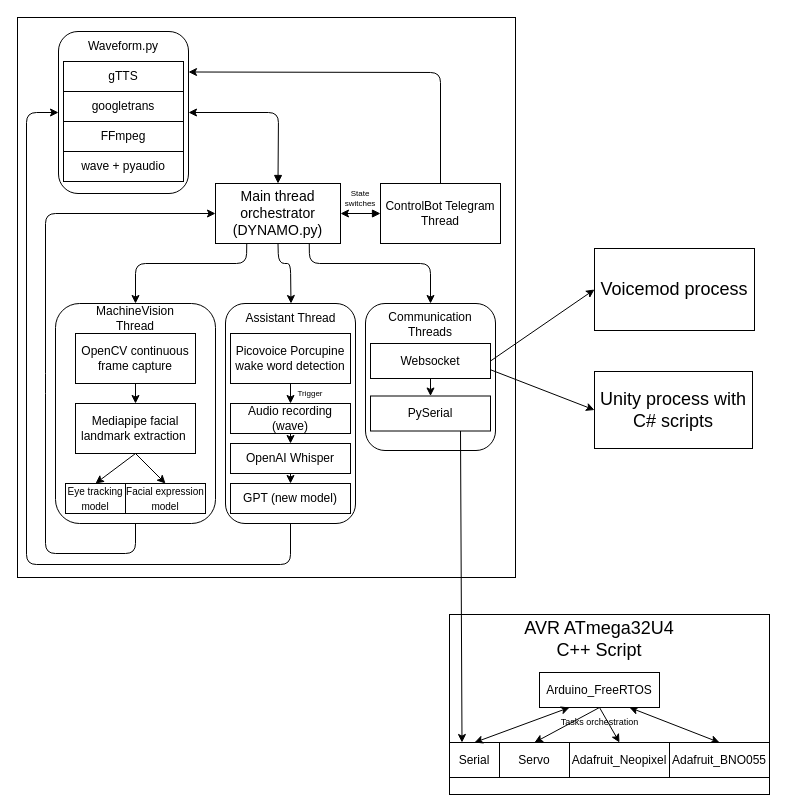
The draw.io diagram Planning/Software.drawio in MekhyW/DYNAMO-Electronic_Fursuit-2.0, before the edit. Source tidied: cells renumbered, new cells numbered last; positions are measured from the earlier drawing's top-left corner, leaving out a move shared by most shapes. Both pictures are drawn from the tidied source at 100%, with x=0, y=0 at pixel (17, 17).
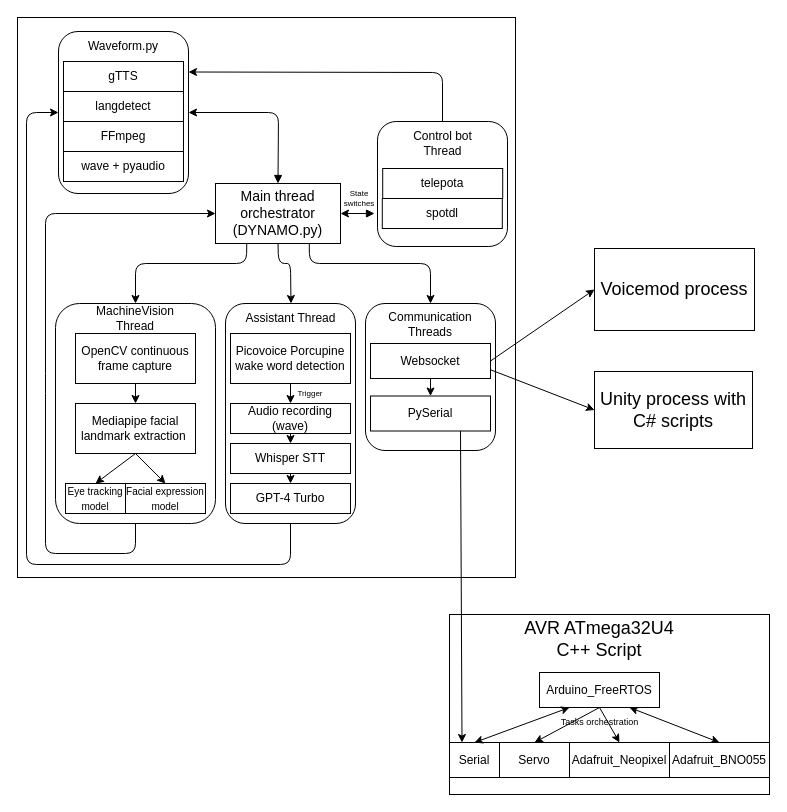
The same diagram, later.

The change refers to these unchanged cells:
```xml
<mxCell id="7" value="&lt;font style=&quot;font-size: 14px;&quot;&gt;Main thread orchestrator (DYNAMO.py)&lt;/font&gt;" style="rounded=0;whiteSpace=wrap;html=1;" parent="1" vertex="1">
  <mxGeometry x="198" y="166" width="125" height="60" as="geometry" />
</mxCell>
<mxCell id="55" style="rounded=1;whiteSpace=wrap;html=1;fontSize=12;" parent="1" vertex="1">
  <mxGeometry x="41" y="14" width="130" height="162" as="geometry" />
</mxCell>
```

What changed in the source:
```diff
@@
-    <mxCell id="8" style="edgeStyle=none;html=1;exitX=0;exitY=0.5;exitDx=0;exitDy=0;startArrow=block;startFill=1;" parent="1" edge="1" source="10" target="7">
+    <mxCell id="8" style="edgeStyle=none;html=1;exitX=0.75;exitY=1;exitDx=0;exitDy=0;startArrow=block;startFill=1;" parent="1" edge="1" source="11" target="7">
       <mxGeometry relative="1" as="geometry" />
     </mxCell>
-    <mxCell id="9" style="edgeStyle=none;html=1;exitX=0.5;exitY=0;exitDx=0;exitDy=0;entryX=1;entryY=0.25;entryDx=0;entryDy=0;" parent="1" edge="1" source="10" target="55">
+    <mxCell id="9" style="edgeStyle=none;html=1;exitX=0.5;exitY=0;exitDx=0;exitDy=0;entryX=1;entryY=0.25;entryDx=0;entryDy=0;" parent="1" edge="1" source="61" target="55">
       <mxGeometry relative="1" as="geometry">
         <Array as="points">
-          <mxPoint x="423" y="55" />
+          <mxPoint x="425" y="55" />
         </Array>
       </mxGeometry>
     </mxCell>
-    <mxCell id="10" value="ControlBot Telegram Thread" style="rounded=0;whiteSpace=wrap;html=1;" parent="1" vertex="1">
-      <mxGeometry x="363" y="166" width="120" height="60" as="geometry" />
-    </mxCell>
     <mxCell id="11" value="&lt;font style=&quot;font-size: 8px;&quot;&gt;State &lt;br&gt;switches&lt;/font&gt;" style="text;html=1;strokeColor=none;fillColor=none;align=center;verticalAlign=middle;whiteSpace=wrap;rounded=0;fontSize=4;" parent="1" vertex="1">
-      <mxGeometry x="313" y="166" width="60" height="30" as="geometry" />
+      <mxGeometry x="312" y="166" width="60" height="30" as="geometry" />
     </mxCell>
@@
-    <mxCell id="31" value="OpenAI Whisper" style="rounded=0;whiteSpace=wrap;html=1;fontSize=12;" parent="1" vertex="1">
+    <mxCell id="31" value="Whisper STT" style="rounded=0;whiteSpace=wrap;html=1;fontSize=12;" parent="1" vertex="1">
       <mxGeometry x="213" y="426" width="120" height="30" as="geometry" />
     </mxCell>
-    <mxCell id="32" value="GPT (new model)" style="rounded=0;whiteSpace=wrap;html=1;fontSize=12;" parent="1" vertex="1">
+    <mxCell id="32" value="GPT-4 Turbo" style="rounded=0;whiteSpace=wrap;html=1;fontSize=12;" parent="1" vertex="1">
       <mxGeometry x="213" y="466" width="120" height="30" as="geometry" />
     </mxCell>
@@
-    <mxCell id="58" value="googletrans" style="rounded=0;whiteSpace=wrap;html=1;fontSize=12;" parent="1" vertex="1">
+    <mxCell id="58" value="langdetect" style="rounded=0;whiteSpace=wrap;html=1;fontSize=12;" parent="1" vertex="1">
       <mxGeometry x="46" y="74" width="120" height="30" as="geometry" />
     </mxCell>
@@
+    <mxCell id="61" style="rounded=1;whiteSpace=wrap;html=1;fontSize=12;" parent="1" vertex="1">
+      <mxGeometry x="360" y="104" width="130" height="125" as="geometry" />
+    </mxCell>
+    <mxCell id="62" value="Control bot Thread" style="text;html=1;strokeColor=none;fillColor=none;align=center;verticalAlign=middle;whiteSpace=wrap;rounded=0;fontSize=12;" parent="1" vertex="1">
+      <mxGeometry x="377.5" y="111" width="95" height="30" as="geometry" />
+    </mxCell>
+    <mxCell id="63" value="telepota" style="rounded=0;whiteSpace=wrap;html=1;fontSize=12;" parent="1" vertex="1">
+      <mxGeometry x="365.2" y="151" width="120" height="30" as="geometry" />
+    </mxCell>
+    <mxCell id="64" value="spotdl" style="rounded=0;whiteSpace=wrap;html=1;fontSize=12;" parent="1" vertex="1">
+      <mxGeometry x="364.8" y="181" width="120" height="30" as="geometry" />
+    </mxCell>
```
